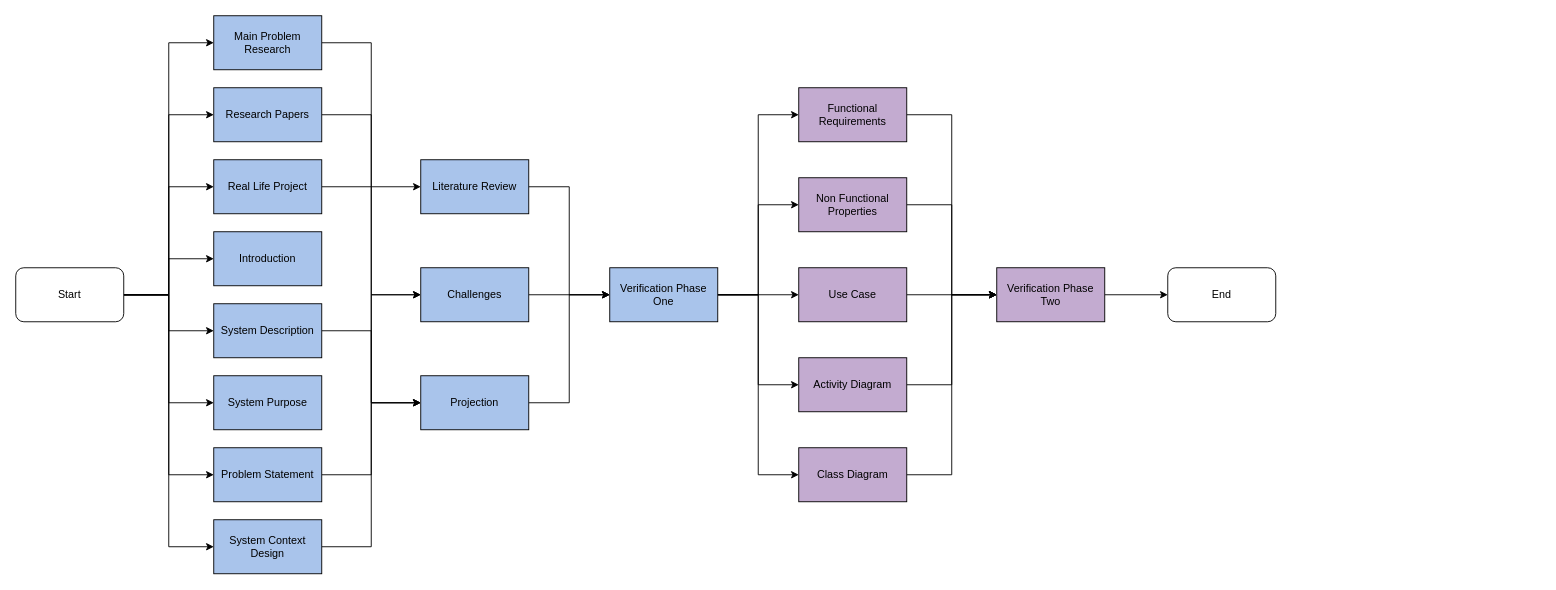
This is docs/diagrams/drawing/NetworkDiagram.drawio from MrMoon/Vision, a draw.io file, before an edit. Source tidied: cells renumbered, new cells numbered last; positions are measured from the earlier drawing's top-left corner, leaving out a move shared by most shapes. Both pictures are drawn from the tidied source at 90%, with x=0, y=0 at pixel (15, 15).
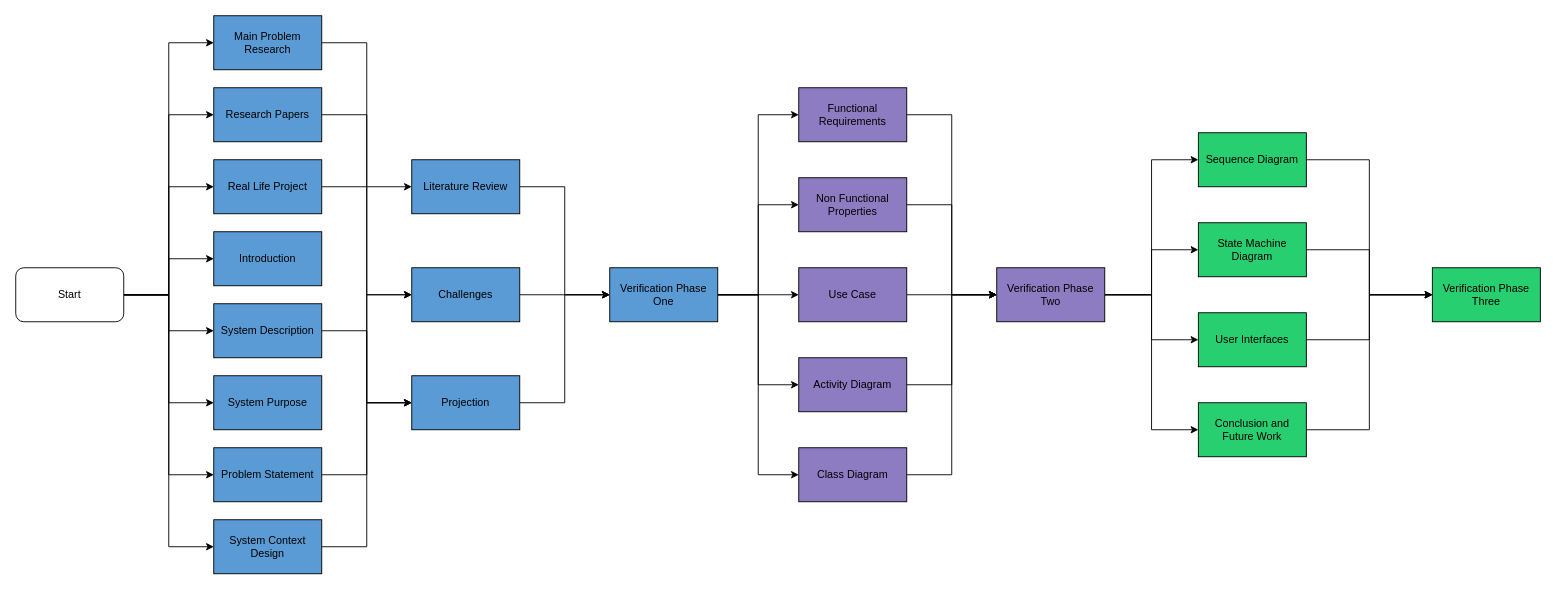
The same diagram, later.

Commit message:
Update NetworkDiagram.drawio and Added Phase Three

Change to the diagram source:
```diff
@@
-    <mxCell id="12" value="Main Problem Research" style="rounded=0;whiteSpace=wrap;html=1;fillColor=#A9C4EB;" parent="1" vertex="1">
+    <mxCell id="12" value="Main Problem Research" style="rounded=0;whiteSpace=wrap;html=1;fillColor=#5B9BD5;" parent="1" vertex="1">
       <mxGeometry x="220" width="120" height="60" as="geometry" />
     </mxCell>
@@
-    <mxCell id="14" value="Research Papers" style="rounded=0;whiteSpace=wrap;html=1;fillColor=#A9C4EB;" parent="1" vertex="1">
+    <mxCell id="14" value="Research Papers" style="rounded=0;whiteSpace=wrap;html=1;fillColor=#5B9BD5;" parent="1" vertex="1">
       <mxGeometry x="220" y="80" width="120" height="60" as="geometry" />
     </mxCell>
@@
-    <mxCell id="16" value="Real Life Project" style="rounded=0;whiteSpace=wrap;html=1;fillColor=#A9C4EB;" parent="1" vertex="1">
+    <mxCell id="16" value="Real Life Project" style="rounded=0;whiteSpace=wrap;html=1;fillColor=#5B9BD5;" parent="1" vertex="1">
       <mxGeometry x="220" y="160" width="120" height="60" as="geometry" />
     </mxCell>
-    <mxCell id="17" value="Introduction" style="rounded=0;whiteSpace=wrap;html=1;fillColor=#A9C4EB;" parent="1" vertex="1">
+    <mxCell id="17" value="Introduction" style="rounded=0;whiteSpace=wrap;html=1;fillColor=#5B9BD5;" parent="1" vertex="1">
       <mxGeometry x="220" y="240" width="120" height="60" as="geometry" />
     </mxCell>
@@
-    <mxCell id="19" value="System Description" style="rounded=0;whiteSpace=wrap;html=1;fillColor=#A9C4EB;" parent="1" vertex="1">
+    <mxCell id="19" value="System Description" style="rounded=0;whiteSpace=wrap;html=1;fillColor=#5B9BD5;" parent="1" vertex="1">
       <mxGeometry x="220" y="320" width="120" height="60" as="geometry" />
     </mxCell>
-    <mxCell id="20" value="System Purpose" style="rounded=0;whiteSpace=wrap;html=1;fillColor=#A9C4EB;" parent="1" vertex="1">
+    <mxCell id="20" value="System Purpose" style="rounded=0;whiteSpace=wrap;html=1;fillColor=#5B9BD5;" parent="1" vertex="1">
       <mxGeometry x="220" y="400" width="120" height="60" as="geometry" />
     </mxCell>
@@
-    <mxCell id="22" value="Problem Statement" style="rounded=0;whiteSpace=wrap;html=1;fillColor=#A9C4EB;" parent="1" vertex="1">
+    <mxCell id="22" value="Problem Statement" style="rounded=0;whiteSpace=wrap;html=1;fillColor=#5B9BD5;" parent="1" vertex="1">
       <mxGeometry x="220" y="480" width="120" height="60" as="geometry" />
     </mxCell>
@@
-    <mxCell id="24" value="System Context Design" style="rounded=0;whiteSpace=wrap;html=1;fillColor=#A9C4EB;" parent="1" vertex="1">
+    <mxCell id="24" value="System Context Design" style="rounded=0;whiteSpace=wrap;html=1;fillColor=#5B9BD5;" parent="1" vertex="1">
       <mxGeometry x="220" y="560" width="120" height="60" as="geometry" />
     </mxCell>
@@
-    <mxCell id="26" value="Literature Review" style="rounded=0;whiteSpace=wrap;html=1;fillColor=#A9C4EB;" parent="1" vertex="1">
-      <mxGeometry x="450" y="160" width="120" height="60" as="geometry" />
+    <mxCell id="26" value="Literature Review" style="rounded=0;whiteSpace=wrap;html=1;fillColor=#5B9BD5;" parent="1" vertex="1">
+      <mxGeometry x="440" y="160" width="120" height="60" as="geometry" />
     </mxCell>
@@
-    <mxCell id="28" value="Challenges" style="rounded=0;whiteSpace=wrap;html=1;fillColor=#A9C4EB;" parent="1" vertex="1">
-      <mxGeometry x="450" y="280" width="120" height="60" as="geometry" />
+    <mxCell id="28" value="Challenges" style="rounded=0;whiteSpace=wrap;html=1;fillColor=#5B9BD5;" parent="1" vertex="1">
+      <mxGeometry x="440" y="280" width="120" height="60" as="geometry" />
     </mxCell>
@@
-    <mxCell id="30" value="Projection" style="rounded=0;whiteSpace=wrap;html=1;fillColor=#A9C4EB;" parent="1" vertex="1">
-      <mxGeometry x="450" y="400" width="120" height="60" as="geometry" />
+    <mxCell id="30" value="Projection" style="rounded=0;whiteSpace=wrap;html=1;fillColor=#5B9BD5;" parent="1" vertex="1">
+      <mxGeometry x="440" y="400" width="120" height="60" as="geometry" />
     </mxCell>
@@
-    <mxCell id="32" value="Functional Requirements" style="rounded=0;whiteSpace=wrap;html=1;fillColor=#C3ABD0;" parent="1" vertex="1">
+    <mxCell id="32" value="Functional Requirements" style="rounded=0;whiteSpace=wrap;html=1;fillColor=#8E7CC3;" parent="1" vertex="1">
       <mxGeometry x="870" y="80" width="120" height="60" as="geometry" />
     </mxCell>
-    <mxCell id="33" style="edgeStyle=orthogonalEdgeStyle;rounded=0;jettySize=auto;html=1;exitX=1;exitY=0.5;exitDx=0;exitDy=0;entryX=0;entryY=0.5;entryDx=0;entryDy=0;" parent="1" edge="1" source="34" target="43">
+    <mxCell id="33" style="edgeStyle=orthogonalEdgeStyle;rounded=0;jettySize=auto;html=1;exitX=1;exitY=0.5;exitDx=0;exitDy=0;entryX=0;entryY=0.5;entryDx=0;entryDy=0;" parent="1" edge="1" source="34" target="56">
       <mxGeometry relative="1" as="geometry" />
     </mxCell>
+    <mxCell id="50" style="edgeStyle=orthogonalEdgeStyle;rounded=0;jettySize=auto;html=1;exitX=1;exitY=0.5;exitDx=0;exitDy=0;entryX=0;entryY=0.5;entryDx=0;entryDy=0;" parent="1" edge="1" source="34" target="54">
+      <mxGeometry relative="1" as="geometry" />
+    </mxCell>
+    <mxCell id="51" style="edgeStyle=orthogonalEdgeStyle;rounded=0;jettySize=auto;html=1;exitX=1;exitY=0.5;exitDx=0;exitDy=0;entryX=0;entryY=0.5;entryDx=0;entryDy=0;" parent="1" edge="1" source="34" target="58">
+      <mxGeometry relative="1" as="geometry" />
+    </mxCell>
+    <mxCell id="52" style="edgeStyle=orthogonalEdgeStyle;rounded=0;jettySize=auto;html=1;exitX=1;exitY=0.5;exitDx=0;exitDy=0;entryX=0;entryY=0.5;entryDx=0;entryDy=0;" parent="1" edge="1" source="34" target="60">
+      <mxGeometry relative="1" as="geometry" />
+    </mxCell>
-    <mxCell id="34" value="Verification Phase Two" style="rounded=0;whiteSpace=wrap;html=1;fillColor=#C3ABD0;" parent="1" vertex="1">
+    <mxCell id="34" value="Verification Phase Two" style="rounded=0;whiteSpace=wrap;html=1;fillColor=#8E7CC3;" parent="1" vertex="1">
       <mxGeometry x="1090" y="280" width="120" height="60" as="geometry" />
     </mxCell>
@@
-    <mxCell id="36" value="Use Case" style="rounded=0;whiteSpace=wrap;html=1;fillColor=#C3ABD0;" parent="1" vertex="1">
+    <mxCell id="36" value="Use Case" style="rounded=0;whiteSpace=wrap;html=1;fillColor=#8E7CC3;" parent="1" vertex="1">
       <mxGeometry x="870" y="280" width="120" height="60" as="geometry" />
     </mxCell>
@@
-    <mxCell id="38" value="Non Functional Properties" style="rounded=0;whiteSpace=wrap;html=1;fillColor=#C3ABD0;" parent="1" vertex="1">
+    <mxCell id="38" value="Non Functional Properties" style="rounded=0;whiteSpace=wrap;html=1;fillColor=#8E7CC3;" parent="1" vertex="1">
       <mxGeometry x="870" y="180" width="120" height="60" as="geometry" />
     </mxCell>
@@
-    <mxCell id="40" value="Activity Diagram" style="rounded=0;whiteSpace=wrap;html=1;fillColor=#C3ABD0;" parent="1" vertex="1">
+    <mxCell id="40" value="Activity Diagram" style="rounded=0;whiteSpace=wrap;html=1;fillColor=#8E7CC3;" parent="1" vertex="1">
       <mxGeometry x="870" y="380" width="120" height="60" as="geometry" />
     </mxCell>
@@
-    <mxCell id="42" value="Class Diagram" style="rounded=0;whiteSpace=wrap;html=1;fillColor=#C3ABD0;" parent="1" vertex="1">
+    <mxCell id="42" value="Class Diagram" style="rounded=0;whiteSpace=wrap;html=1;fillColor=#8E7CC3;" parent="1" vertex="1">
       <mxGeometry x="870" y="480" width="120" height="60" as="geometry" />
     </mxCell>
-    <mxCell id="43" value="End" style="rounded=1;whiteSpace=wrap;html=1;fillColor=#FFFFFF;" parent="1" vertex="1">
-      <mxGeometry x="1280" y="280" width="120" height="60" as="geometry" />
-    </mxCell>
@@
-    <mxCell id="49" value="Verification Phase One" style="rounded=0;whiteSpace=wrap;html=1;fillColor=#A9C4EB;" parent="1" vertex="1">
+    <mxCell id="49" value="Verification Phase One" style="rounded=0;whiteSpace=wrap;html=1;fillColor=#5B9BD5;" parent="1" vertex="1">
       <mxGeometry x="660" y="280" width="120" height="60" as="geometry" />
     </mxCell>
+    <mxCell id="53" style="edgeStyle=orthogonalEdgeStyle;rounded=0;jettySize=auto;html=1;exitX=1;exitY=0.5;exitDx=0;exitDy=0;entryX=0;entryY=0.5;entryDx=0;entryDy=0;" parent="1" edge="1" source="54" target="61">
+      <mxGeometry relative="1" as="geometry" />
+    </mxCell>
+    <mxCell id="54" value="Sequence Diagram" style="rounded=0;whiteSpace=wrap;html=1;fillColor=#28cf70;" parent="1" vertex="1">
+      <mxGeometry x="1314" y="130" width="120" height="60" as="geometry" />
+    </mxCell>
+    <mxCell id="55" style="edgeStyle=orthogonalEdgeStyle;rounded=0;jettySize=auto;html=1;exitX=1;exitY=0.5;exitDx=0;exitDy=0;entryX=0;entryY=0.5;entryDx=0;entryDy=0;" parent="1" edge="1" source="56" target="61">
+      <mxGeometry relative="1" as="geometry" />
+    </mxCell>
+    <mxCell id="56" value="User Interfaces" style="rounded=0;whiteSpace=wrap;html=1;fillColor=#28cf70;" parent="1" vertex="1">
+      <mxGeometry x="1314" y="330" width="120" height="60" as="geometry" />
+    </mxCell>
+    <mxCell id="57" style="edgeStyle=orthogonalEdgeStyle;rounded=0;jettySize=auto;html=1;exitX=1;exitY=0.5;exitDx=0;exitDy=0;entryX=0;entryY=0.5;entryDx=0;entryDy=0;" parent="1" edge="1" source="58" target="61">
+      <mxGeometry relative="1" as="geometry" />
+    </mxCell>
+    <mxCell id="58" value="State Machine Diagram" style="rounded=0;whiteSpace=wrap;html=1;fillColor=#28cf70;" parent="1" vertex="1">
+      <mxGeometry x="1314" y="230" width="120" height="60" as="geometry" />
+    </mxCell>
+    <mxCell id="59" style="edgeStyle=orthogonalEdgeStyle;rounded=0;jettySize=auto;html=1;exitX=1;exitY=0.5;exitDx=0;exitDy=0;entryX=0;entryY=0.5;entryDx=0;entryDy=0;" parent="1" edge="1" source="60" target="61">
+      <mxGeometry relative="1" as="geometry" />
+    </mxCell>
+    <mxCell id="60" value="Conclusion and Future Work" style="rounded=0;whiteSpace=wrap;html=1;fillColor=#28cf70;" parent="1" vertex="1">
+      <mxGeometry x="1314" y="430" width="120" height="60" as="geometry" />
+    </mxCell>
+    <mxCell id="61" value="Verification Phase Three" style="rounded=0;whiteSpace=wrap;html=1;fillColor=#28CF70;" parent="1" vertex="1">
+      <mxGeometry x="1574" y="280" width="120" height="60" as="geometry" />
+    </mxCell>
```
